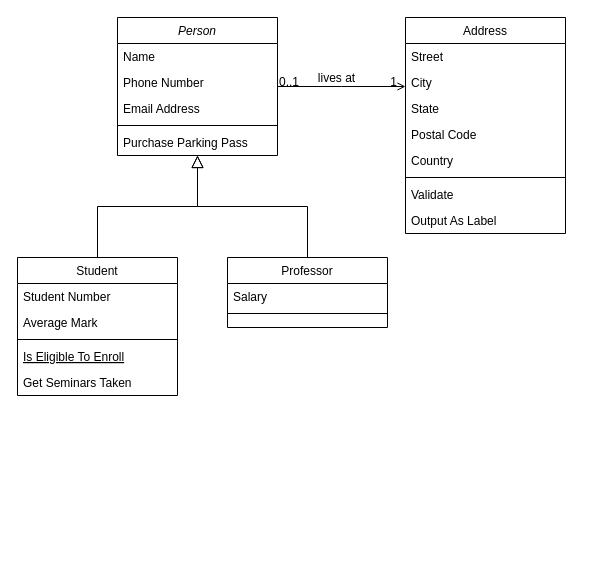
The draw.io diagram images/Untitled Diagram.drawio in lixinyuan1213/lisyImgs, before the edit. Source tidied: cells renumbered, new cells numbered last; positions are measured from the earlier drawing's top-left corner, leaving out a move shared by most shapes. Both pictures are drawn from the tidied source at 100%, with x=0, y=0 at pixel (17, 17).
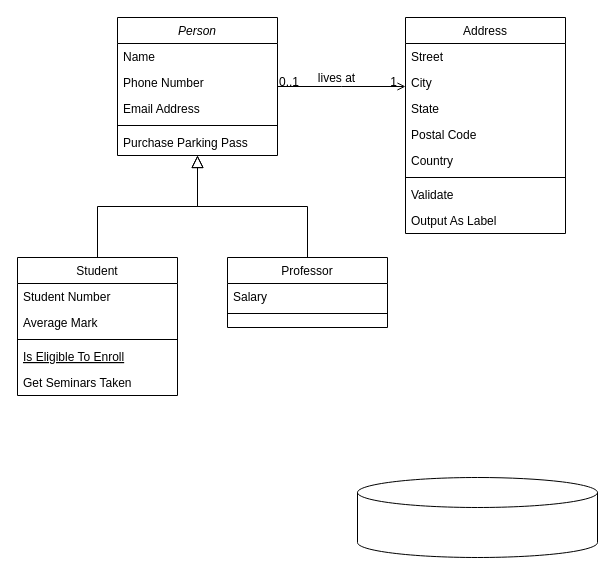
The same diagram, later.

The edit, as a diff of the source:
```diff
@@
+    <mxCell id="32" style="shape=cylinder3;whiteSpace=wrap;html=1;boundedLbl=1;backgroundOutline=1;size=15;" parent="1" vertex="1">
+      <mxGeometry x="340" y="460" width="240" height="80" as="geometry" />
+    </mxCell>
```
